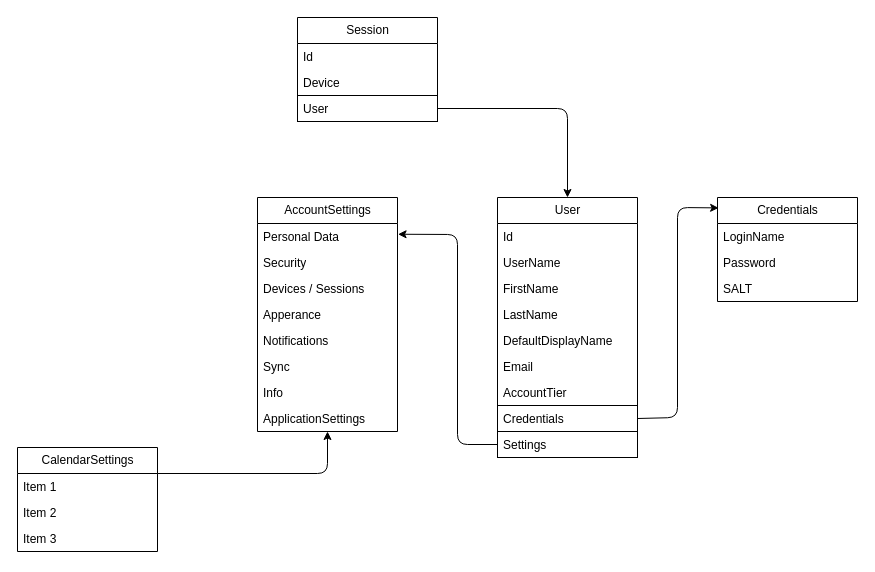
The draw.io diagram Architecture/Domains/Administration.drawio in TodoXpress/Documentation, before the edit. Source tidied: cells renumbered, new cells numbered last; positions are measured from the earlier drawing's top-left corner, leaving out a move shared by most shapes. Both pictures are drawn from the tidied source at 100%, with x=0, y=0 at pixel (17, 17).
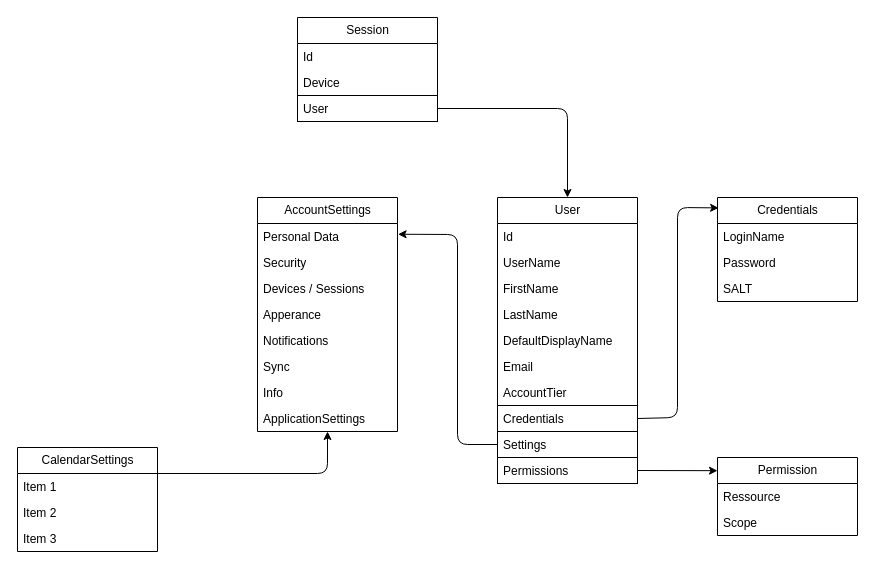
After the change.

Change to the diagram source:
```diff
@@
     <mxCell id="2" value="User" style="swimlane;fontStyle=0;horizontal=1;startSize=26;fillColor=none;html=1;" parent="1" vertex="1">
-      <mxGeometry x="480" y="180" width="140" height="260" as="geometry" />
+      <mxGeometry x="480" y="180" width="140" height="286" as="geometry" />
     </mxCell>
@@
+    <mxCell id="37" value="Permissions" style="text;strokeColor=default;fillColor=none;align=left;verticalAlign=top;spacingLeft=4;spacingRight=4;overflow=hidden;points=[[0,0.5],[1,0.5]];portConstraint=eastwest;whiteSpace=wrap;html=1;" parent="2" vertex="1">
+      <mxGeometry y="260" width="140" height="26" as="geometry" />
+    </mxCell>
@@
+    <mxCell id="38" value="Permission" style="swimlane;fontStyle=0;horizontal=1;startSize=26;fillColor=none;html=1;strokeColor=default;" parent="1" vertex="1">
+      <mxGeometry x="700" y="440" width="140" height="78" as="geometry" />
+    </mxCell>
+    <mxCell id="39" value="Ressource" style="text;strokeColor=none;fillColor=none;align=left;verticalAlign=top;spacingLeft=4;spacingRight=4;overflow=hidden;whiteSpace=wrap;html=1;" parent="38" vertex="1">
+      <mxGeometry y="26" width="140" height="26" as="geometry" />
+    </mxCell>
+    <mxCell id="40" value="Scope" style="text;strokeColor=none;fillColor=none;align=left;verticalAlign=top;spacingLeft=4;spacingRight=4;overflow=hidden;whiteSpace=wrap;html=1;" parent="38" vertex="1">
+      <mxGeometry y="52" width="140" height="26" as="geometry" />
+    </mxCell>
+    <mxCell id="41" style="edgeStyle=none;html=1;exitX=1;exitY=0.5;exitDx=0;exitDy=0;entryX=0;entryY=0.169;entryDx=0;entryDy=0;entryPerimeter=0;" parent="1" edge="1" source="37" target="38">
+      <mxGeometry relative="1" as="geometry" />
+    </mxCell>
```
